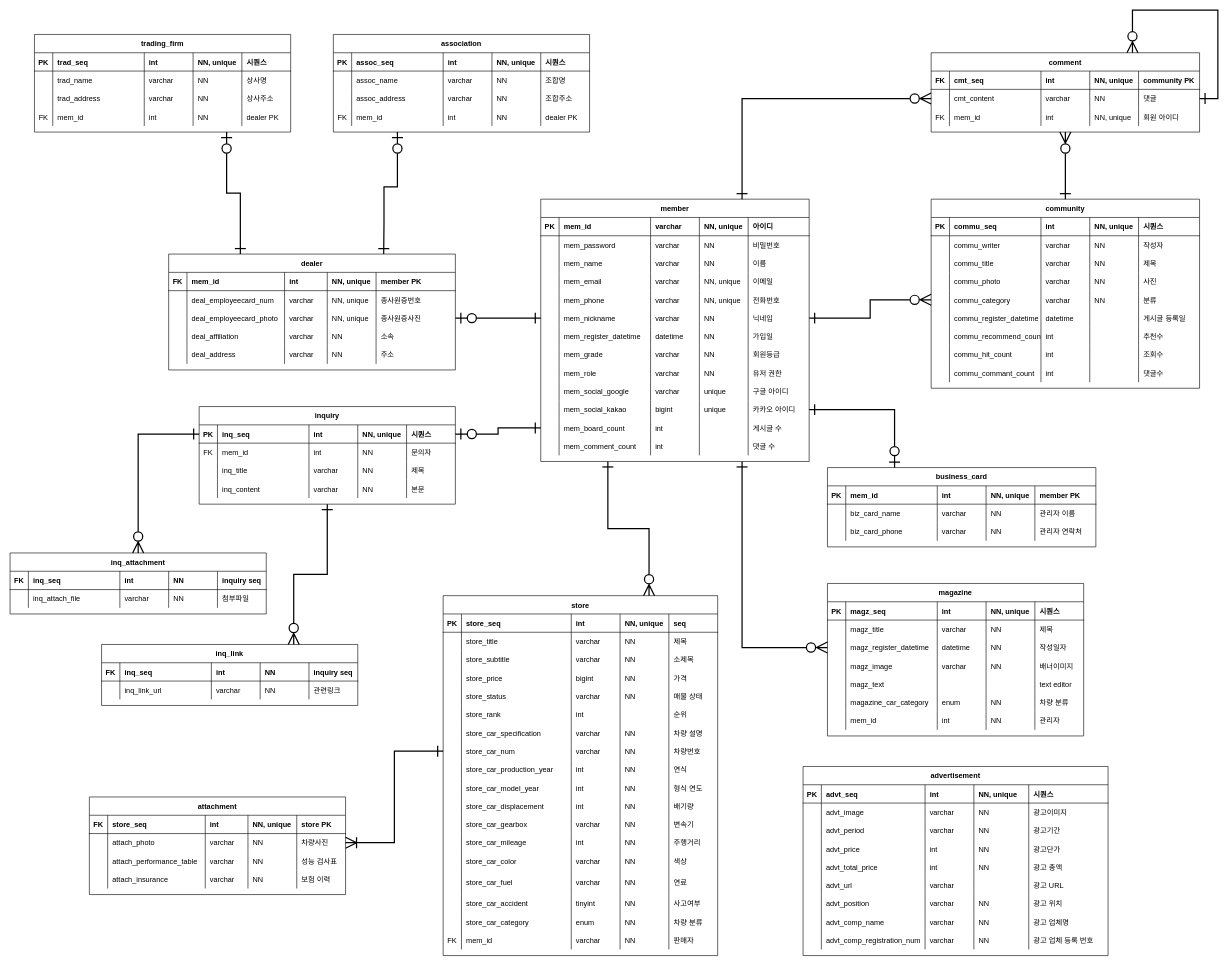
This is supercarmarket_논리적데이터모델링.drawio from minssu86/ERD_Repo, a draw.io file, before an edit. Source tidied: cells renumbered, new cells numbered last; positions are measured from the earlier drawing's top-left corner, leaving out a move shared by most shapes. Both pictures are drawn from the tidied source at 61%, with x=0, y=0 at pixel (10, 10).
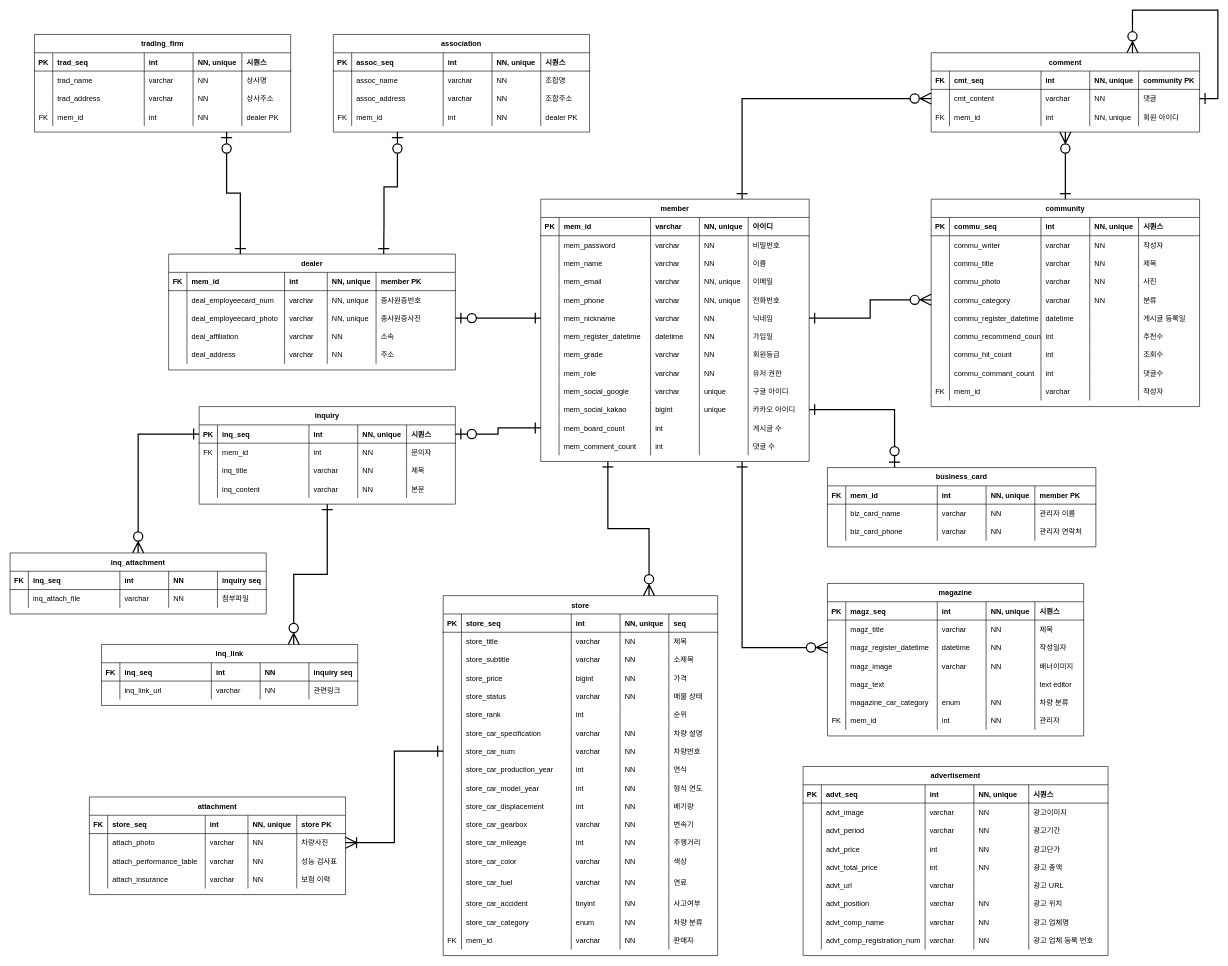
The same diagram, later.

Commit message:
supercarmarket_논리적데이터모델링.drawio 업데이트

Unchanged cells that the change refers to:
```xml
<mxCell id="312" style="shape=partialRectangle;fillColor=none;top=0;left=0;right=0;bottom=0;" parent="275" vertex="1">
  <mxGeometry y="210" width="420" height="30" as="geometry" />
</mxCell>
<mxCell id="319" style="shape=partialRectangle;fillColor=none;top=0;left=0;right=0;bottom=1;" parent="318" vertex="1">
  <mxGeometry y="30" width="440" height="30" as="geometry" />
</mxCell>
```

The edit, as a diff of the source:
```diff
@@
     <mxCell id="200" value="community" style="shape=table;startSize=30;childLayout=tableLayout;rowLines=0;fontStyle=1;align=center;" parent="1" vertex="1">
-      <mxGeometry x="1510" y="310" width="440" height="310" as="geometry" />
+      <mxGeometry x="1510" y="310" width="440" height="340" as="geometry" />
     </mxCell>
@@
+    <mxCell id="552" style="shape=partialRectangle;fillColor=none;top=0;left=0;right=0;bottom=0;" parent="200" vertex="1">
+      <mxGeometry y="300" width="440" height="30" as="geometry" />
+    </mxCell>
+    <mxCell id="553" value="FK" style="shape=partialRectangle;overflow=hidden;fillColor=none;top=0;left=0;bottom=0;right=0;" parent="552" vertex="1">
+      <mxGeometry width="30" height="30" as="geometry" />
+    </mxCell>
+    <mxCell id="554" value="mem_id" style="shape=partialRectangle;overflow=hidden;fillColor=none;top=0;left=0;bottom=0;right=0;align=left;spacingLeft=6;" parent="552" vertex="1">
+      <mxGeometry x="30" width="150" height="30" as="geometry" />
+    </mxCell>
+    <mxCell id="555" value="varchar" style="shape=partialRectangle;overflow=hidden;fillColor=none;top=0;left=0;bottom=0;right=0;align=left;spacingLeft=6;" parent="552" vertex="1">
+      <mxGeometry x="180" width="80" height="30" as="geometry" />
+    </mxCell>
+    <mxCell id="556" style="shape=partialRectangle;overflow=hidden;fillColor=none;top=0;left=0;bottom=0;right=0;align=left;spacingLeft=6;" parent="552" vertex="1">
+      <mxGeometry x="260" width="80" height="30" as="geometry" />
+    </mxCell>
+    <mxCell id="557" value="작성자" style="shape=partialRectangle;overflow=hidden;fillColor=none;top=0;left=0;bottom=0;right=0;align=left;spacingLeft=6;" parent="552" vertex="1">
+      <mxGeometry x="340" width="100" height="30" as="geometry" />
+    </mxCell>
@@
-    <mxCell id="313" style="shape=partialRectangle;overflow=hidden;fillColor=none;top=0;left=0;bottom=0;right=0;" parent="312" vertex="1">
+    <mxCell id="313" value="FK" style="shape=partialRectangle;overflow=hidden;fillColor=none;top=0;left=0;bottom=0;right=0;" parent="312" vertex="1">
       <mxGeometry width="30" height="30" as="geometry" />
     </mxCell>
@@
-    <mxCell id="320" value="PK" style="shape=partialRectangle;overflow=hidden;fillColor=none;top=0;left=0;bottom=0;right=0;fontStyle=1;" parent="319" vertex="1">
+    <mxCell id="320" value="FK" style="shape=partialRectangle;overflow=hidden;fillColor=none;top=0;left=0;bottom=0;right=0;fontStyle=1;" parent="319" vertex="1">
       <mxGeometry width="30" height="30" as="geometry" />
     </mxCell>
```
